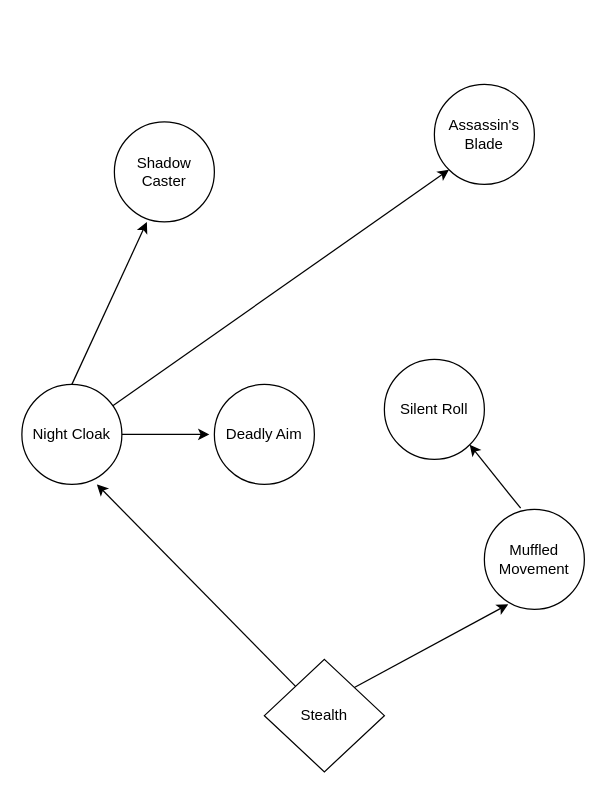
wellington364868/lath_legendsofaetherius keeps this draw.io diagram as lath_docs/sneak/tree-sneak.drawio.xml. Above is the earlier version. Source tidied: cells renumbered, new cells numbered last; positions are measured from the earlier drawing's top-left corner, leaving out a move shared by most shapes. Both pictures are drawn from the tidied source at 125%, with x=0, y=0 at pixel (21, 84).
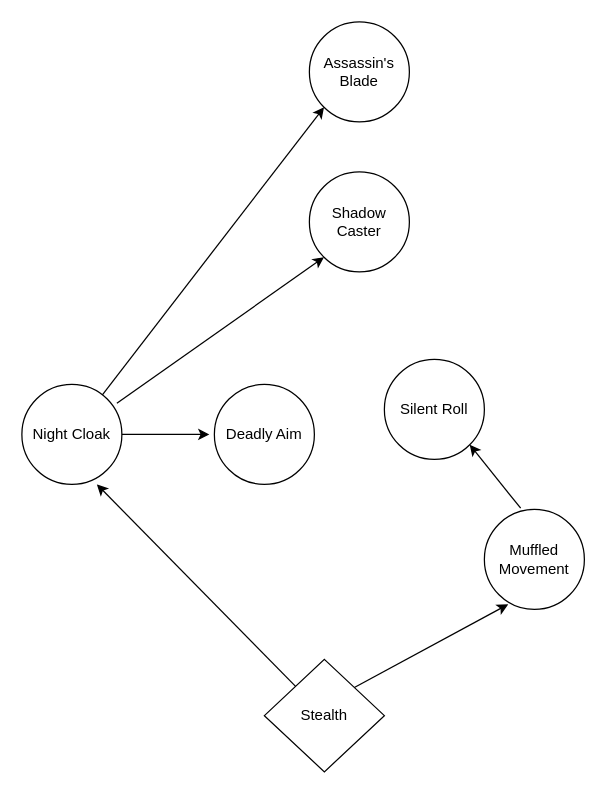
The same diagram, later.

Commit message (it also covers changes not shown here):
base da arvore de sneak - adicionado suporte para Shadow Magic que pertencerá a arvore de Illusion

Change to the diagram source:
```diff
@@
 <mxGraphModel>
   <root>
     <mxCell id="0" />
     <mxCell id="1" parent="0" />
     <mxCell id="2" value="Stealth" style="rhombus;whiteSpace=wrap;html=1;" parent="1" vertex="1">
       <mxGeometry x="194" y="460" width="96" height="90" as="geometry" />
     </mxCell>
     <mxCell id="3" value="Night Cloak" style="ellipse;whiteSpace=wrap;html=1;" parent="1" vertex="1">
       <mxGeometry y="240" width="80" height="80" as="geometry" />
     </mxCell>
     <mxCell id="4" value="Muffled Movement" style="ellipse;whiteSpace=wrap;html=1;" parent="1" vertex="1">
       <mxGeometry x="370" y="340" width="80" height="80" as="geometry" />
     </mxCell>
     <mxCell id="5" style="endArrow=classic;html=1;rounded=0;entryX=0.75;entryY=1;entryDx=0;entryDy=0;entryPerimeter=0;" parent="1" edge="1" source="2" target="3">
       <mxGeometry relative="1" as="geometry" />
     </mxCell>
     <mxCell id="6" style="endArrow=classic;html=1;rounded=0;exitX=1;exitY=0;exitDx=0;exitDy=0;entryX=0.238;entryY=0.95;entryDx=0;entryDy=0;entryPerimeter=0;" parent="1" edge="1" source="2" target="4">
       <mxGeometry relative="1" as="geometry" />
     </mxCell>
     <mxCell id="7" value="Silent Roll" style="ellipse;whiteSpace=wrap;html=1;" parent="1" vertex="1">
       <mxGeometry x="290" y="220" width="80" height="80" as="geometry" />
     </mxCell>
     <mxCell id="8" style="endArrow=classic;html=1;rounded=0;exitX=0.363;exitY=-0.012;exitDx=0;exitDy=0;exitPerimeter=0;entryX=1;entryY=1;entryDx=0;entryDy=0;" parent="1" edge="1" source="4" target="7">
       <mxGeometry relative="1" as="geometry" />
     </mxCell>
     <mxCell id="9" value="Deadly Aim" style="ellipse;whiteSpace=wrap;html=1;" parent="1" vertex="1">
       <mxGeometry x="154" y="240" width="80" height="80" as="geometry" />
     </mxCell>
     <mxCell id="10" style="endArrow=classic;html=1;rounded=0;exitX=1;exitY=0.5;exitDx=0;exitDy=0;" parent="1" edge="1" source="3">
       <mxGeometry relative="1" as="geometry">
         <mxPoint x="150" y="280" as="targetPoint" />
       </mxGeometry>
     </mxCell>
     <mxCell id="11" value="Assassin's Blade" style="ellipse;whiteSpace=wrap;html=1;" parent="1" vertex="1">
-      <mxGeometry x="330" width="80" height="80" as="geometry" />
+      <mxGeometry x="230" y="-50" width="80" height="80" as="geometry" />
     </mxCell>
     <mxCell id="12" style="endArrow=classic;html=1;rounded=0;entryX=0;entryY=1;entryDx=0;entryDy=0;" parent="1" edge="1" source="3" target="11">
       <mxGeometry relative="1" as="geometry" />
     </mxCell>
     <mxCell id="13" value="Shadow Caster" style="ellipse;whiteSpace=wrap;html=1;" parent="1" vertex="1">
-      <mxGeometry x="74" y="30" width="80" height="80" as="geometry" />
+      <mxGeometry x="230" y="70" width="80" height="80" as="geometry" />
     </mxCell>
-    <mxCell id="14" style="endArrow=classic;html=1;rounded=0;exitX=0.5;exitY=0;exitDx=0;exitDy=0;entryX=0.325;entryY=1;entryDx=0;entryDy=0;entryPerimeter=0;" parent="1" edge="1" source="3" target="13">
+    <mxCell id="14" style="endArrow=classic;html=1;rounded=0;exitX=0.95;exitY=0.188;exitDx=0;exitDy=0;entryX=0;entryY=1;entryDx=0;entryDy=0;exitPerimeter=0;" parent="1" edge="1" source="3" target="13">
       <mxGeometry relative="1" as="geometry" />
     </mxCell>
   </root>
 </mxGraphModel>
```
